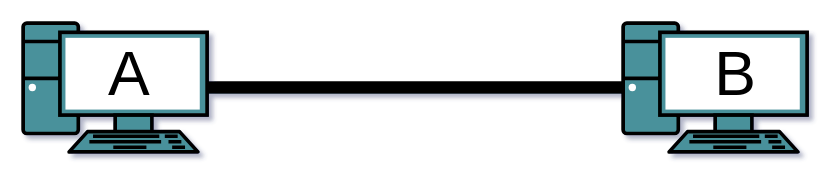
xiaobaiTech/image keeps this draw.io diagram as network/两台电脑互联.drawio. Above is the earlier version. Source tidied: cells renumbered, new cells numbered last; positions are measured from the earlier drawing's top-left corner, leaving out a move shared by most shapes. Both pictures are drawn from the tidied source at 125%, with x=0, y=0 at pixel (22, 22).
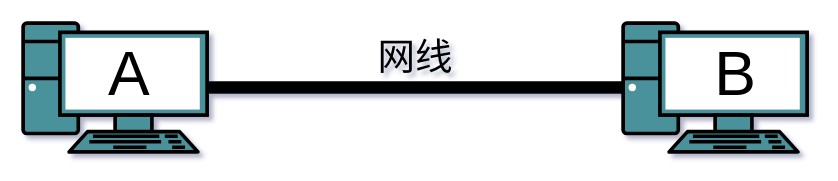
Above is the later version.

Commit message:
Update 两台电脑互联.drawio

Diff of the diagram source:
```diff
@@
 <mxGraphModel background="#ffffff" shadow="1">
   <root>
     <mxCell id="0" />
     <mxCell id="1" parent="0" />
     <mxCell id="2" style="edgeStyle=orthogonalEdgeStyle;rounded=0;jettySize=auto;html=1;exitX=1;exitY=0.5;exitDx=0;exitDy=0;exitPerimeter=0;entryX=0;entryY=0.5;entryDx=0;entryDy=0;entryPerimeter=0;strokeWidth=10;endArrow=none;endFill=0;" parent="1" edge="1" source="3" target="4">
       <mxGeometry relative="1" as="geometry" />
     </mxCell>
     <mxCell id="3" style="fontColor=#0066CC;verticalAlign=top;verticalLabelPosition=bottom;labelPosition=center;align=center;html=1;outlineConnect=0;gradientColor=none;gradientDirection=north;strokeWidth=2;shape=mxgraph.networks.pc;fillColor=#4A919B;" parent="1" vertex="1">
       <mxGeometry width="147.2" height="103" as="geometry" />
     </mxCell>
     <mxCell id="4" style="fontColor=#0066CC;verticalAlign=top;verticalLabelPosition=bottom;labelPosition=center;align=center;html=1;outlineConnect=0;gradientColor=none;gradientDirection=north;strokeWidth=2;shape=mxgraph.networks.pc;fillColor=#4A919B;" parent="1" vertex="1">
       <mxGeometry x="480" width="147.2" height="103" as="geometry" />
     </mxCell>
     <mxCell id="5" value="&lt;font style=&quot;font-size: 50px&quot;&gt;A&lt;/font&gt;" style="text;html=1;strokeColor=none;fillColor=none;align=center;verticalAlign=middle;whiteSpace=wrap;rounded=0;" parent="1" vertex="1">
       <mxGeometry x="65" y="30" width="40" height="20" as="geometry" />
     </mxCell>
     <mxCell id="6" value="&lt;font style=&quot;font-size: 50px&quot;&gt;B&lt;/font&gt;" style="text;html=1;strokeColor=none;fillColor=none;align=center;verticalAlign=middle;whiteSpace=wrap;rounded=0;" parent="1" vertex="1">
       <mxGeometry x="550" y="30" width="40" height="20" as="geometry" />
     </mxCell>
+    <mxCell id="7" value="&lt;font style=&quot;font-size: 30px&quot;&gt;网线&lt;/font&gt;" style="text;html=1;strokeColor=none;fillColor=none;align=center;verticalAlign=middle;whiteSpace=wrap;rounded=0;" parent="1" vertex="1">
+      <mxGeometry x="264" y="11" width="100" height="31" as="geometry" />
+    </mxCell>
   </root>
 </mxGraphModel>
```
